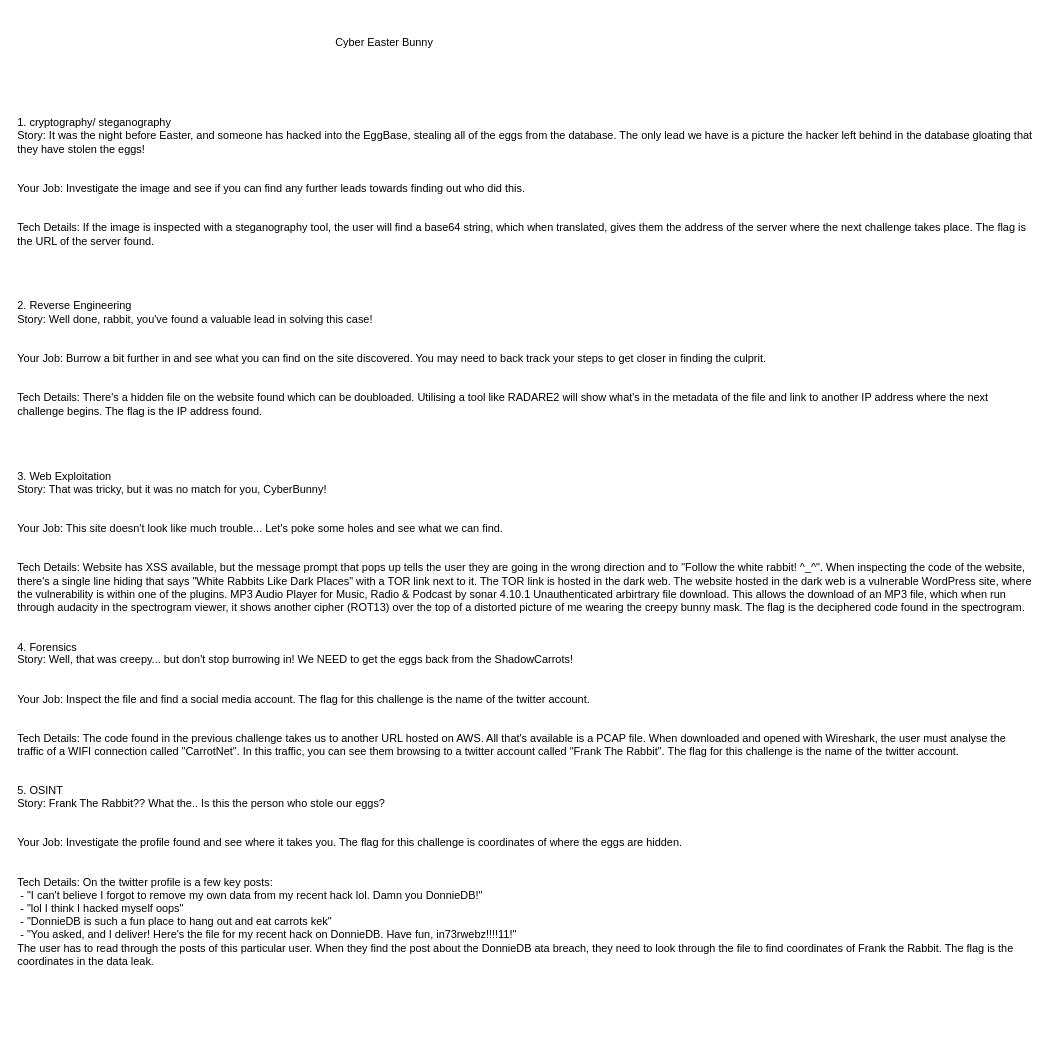
Before: Cyber Easter Bunny.drawio in frujujuice/CTFs, a draw.io diagram. Source tidied: cells renumbered, new cells numbered last; positions are measured from the earlier drawing's top-left corner, leaving out a move shared by most shapes. Both pictures are drawn from the tidied source at 91%, with x=0, y=0 at pixel (15, 28).
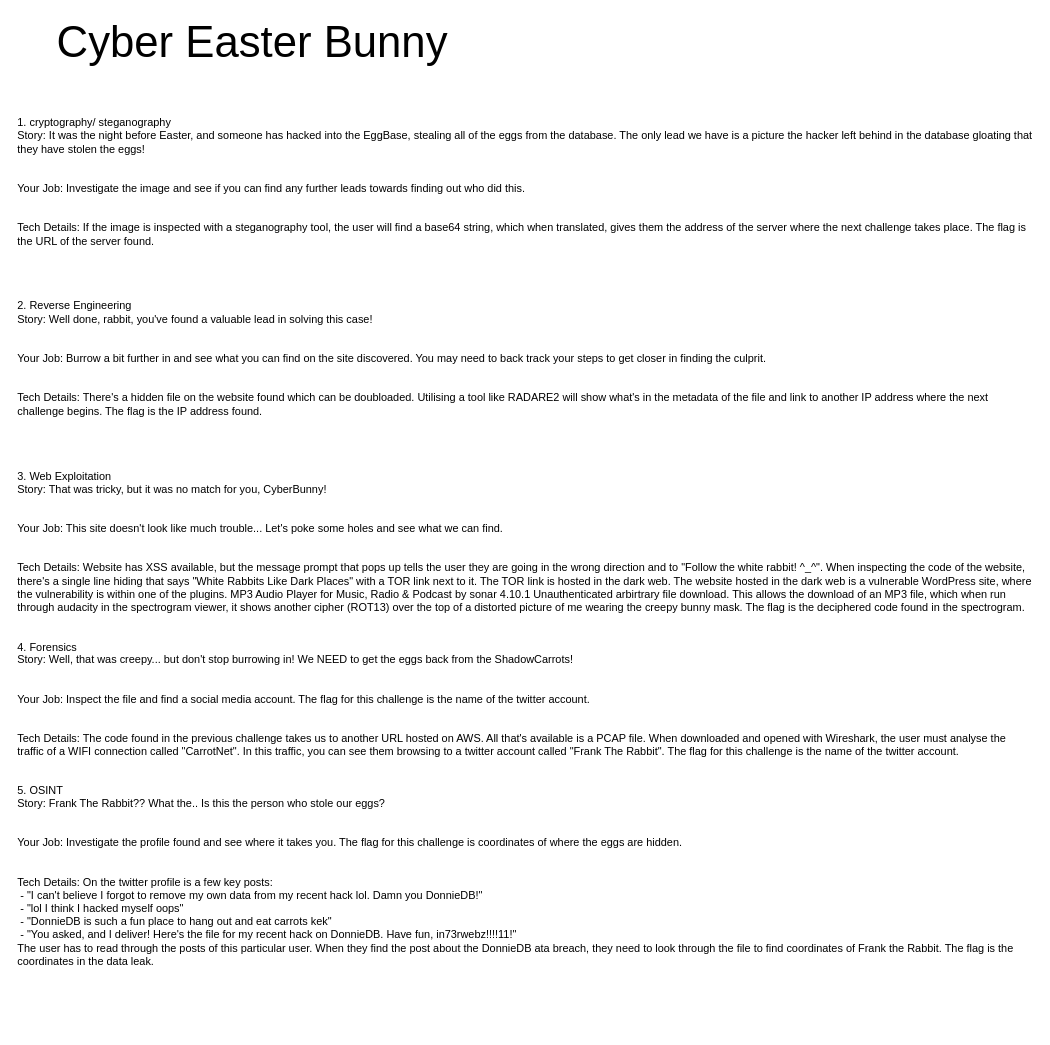
The same page after the edit.

The edit, as a diff of the source:
```diff
@@
 <mxGraphModel>
   <root>
     <mxCell id="0" />
     <mxCell id="1" parent="0" />
     <mxCell id="2" value="1. cryptography/ steganography&#10;Story: It was the night before Easter, and someone has hacked into the EggBase, stealing all of the eggs from the database. The only lead we have is a picture the hacker left behind in the database gloating that they have stolen the eggs!&#10;&#10;&#10;Your Job: Investigate the image and see if you can find any further leads towards finding out who did this.&#10;&#10;&#10;Tech Details: If the image is inspected with a steganography tool, the user will find a base64 string, which when translated, gives them the address of the server where the next challenge takes place. The flag is the URL of the server found.&#10;&#10;&#10;&#10;&#10;2. Reverse Engineering&#10;Story: Well done, rabbit, you've found a valuable lead in solving this case!&#10;&#10;&#10;Your Job: Burrow a bit further in and see what you can find on the site discovered. You may need to back track your steps to get closer in finding the culprit.&#10;&#10;&#10;Tech Details: There's a hidden file on the website found which can be doubloaded. Utilising a tool like RADARE2 will show what's in the metadata of the file and link to another IP address where the next challenge begins. The flag is the IP address found.&#10;&#10;&#10;&#10;&#10;3. Web Exploitation&#10;Story: That was tricky, but it was no match for you, CyberBunny!&#10;&#10;&#10;Your Job: This site doesn't look like much trouble... Let's poke some holes and see what we can find.&#10;&#10;&#10;Tech Details: Website has XSS available, but the message prompt that pops up tells the user they are going in the wrong direction and to &quot;Follow the white rabbit! ^_^&quot;. When inspecting the code of the website, there's a single line hiding that says &quot;White Rabbits Like Dark Places&quot; with a TOR link next to it. The TOR link is hosted in the dark web. The website hosted in the dark web is a vulnerable WordPress site, where the vulnerability is within one of the plugins. MP3 Audio Player for Music, Radio &amp; Podcast by sonar 4.10.1 Unauthenticated arbirtrary file download. This allows the download of an MP3 file, which when run through audacity in the spectrogram viewer, it shows another cipher (ROT13) over the top of a distorted picture of me wearing the creepy bunny mask. The flag is the deciphered code found in the spectrogram.&#10;&#10;&#10;4. Forensics&#10;Story: Well, that was creepy... but don't stop burrowing in! We NEED to get the eggs back from the ShadowCarrots!&#10;&#10;&#10;Your Job: Inspect the file and find a social media account. The flag for this challenge is the name of the twitter account.&#10;&#10;&#10;Tech Details: The code found in the previous challenge takes us to another URL hosted on AWS. All that's available is a PCAP file. When downloaded and opened with Wireshark, the user must analyse the traffic of a WIFI connection called &quot;CarrotNet&quot;. In this traffic, you can see them browsing to a twitter account called &quot;Frank The Rabbit&quot;. The flag for this challenge is the name of the twitter account.&#10;&#10;&#10;5. OSINT&#10;Story: Frank The Rabbit?? What the.. Is this the person who stole our eggs?&#10;&#10;&#10;Your Job: Investigate the profile found and see where it takes you. The flag for this challenge is coordinates of where the eggs are hidden.&#10;&#10;&#10;Tech Details: On the twitter profile is a few key posts:&#10; - &quot;I can't believe I forgot to remove my own data from my recent hack lol. Damn you DonnieDB!&quot;&#10; - &quot;lol I think I hacked myself oops&quot;&#10; - &quot;DonnieDB is such a fun place to hang out and eat carrots kek&quot;&#10; - &quot;You asked, and I deliver! Here's the file for my recent hack on DonnieDB. Have fun, in73rwebz!!!!11!&quot;&#10;The user has to read through the posts of this particular user. When they find the post about the DonnieDB ata breach, they need to look through the file to find coordinates of Frank the Rabbit. The flag is the coordinates in the data leak." style="text;whiteSpace=wrap;" parent="1" vertex="1">
       <mxGeometry y="90" width="1120" height="1010" as="geometry" />
     </mxCell>
-    <mxCell id="3" value="Cyber Easter Bunny" style="text;html=1;align=center;verticalAlign=middle;whiteSpace=wrap;rounded=0;" parent="1" vertex="1">
-      <mxGeometry x="20" width="770" height="30" as="geometry" />
+    <mxCell id="3" value="&lt;font style=&quot;font-size: 48px;&quot;&gt;Cyber Easter Bunny&lt;/font&gt;" style="text;html=1;align=center;verticalAlign=middle;whiteSpace=wrap;rounded=0;" parent="1" vertex="1">
+      <mxGeometry x="20" width="480" height="30" as="geometry" />
     </mxCell>
   </root>
 </mxGraphModel>
```
